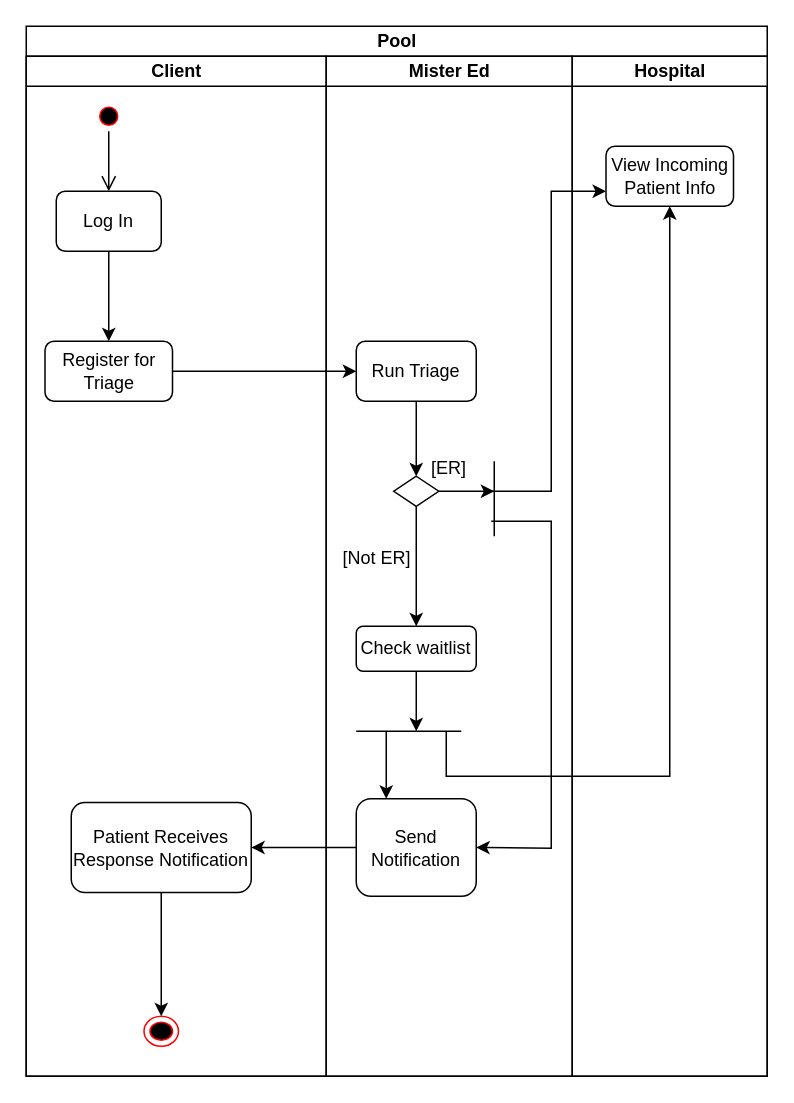
Earlier version of the draw.io diagram JustinWork/swimlane.drawio (SENG-350-2024-fall/Team9). Source tidied: cells renumbered, new cells numbered last; positions are measured from the earlier drawing's top-left corner, leaving out a move shared by most shapes. Both pictures are drawn from the tidied source at 150%, with x=0, y=0 at pixel (26, 26).
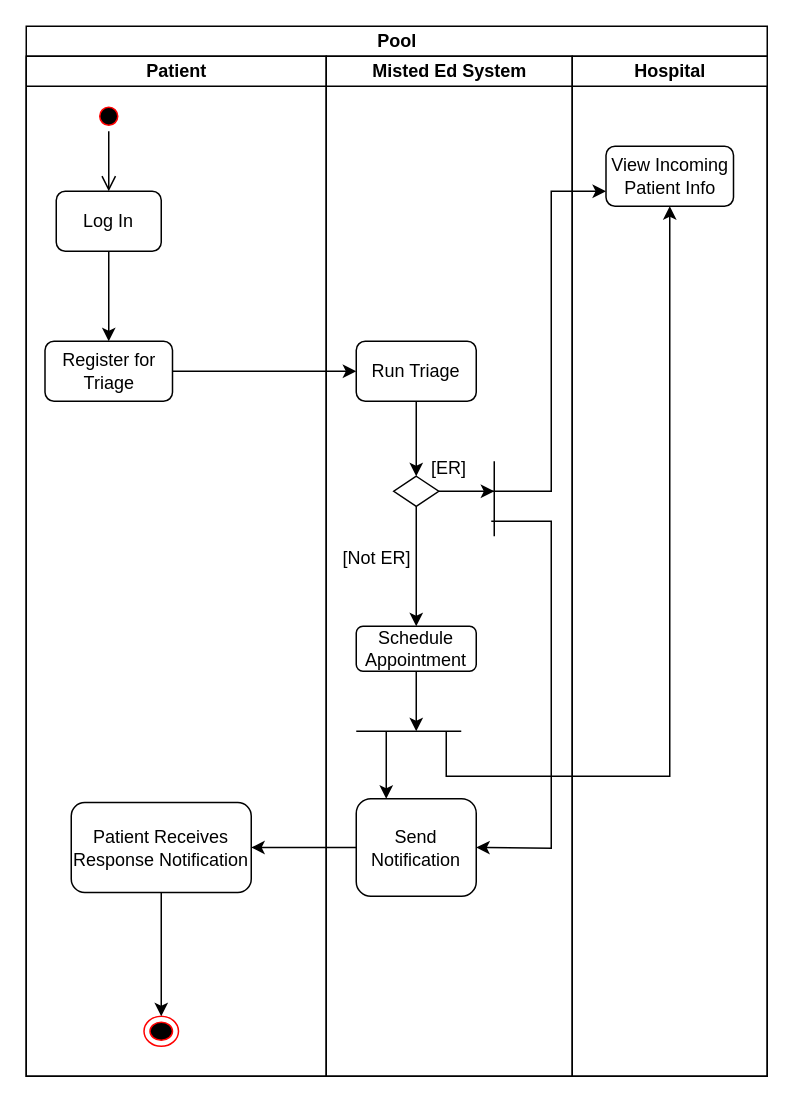
Above is the later version.

The change refers to these unchanged cells:
```xml
<mxCell id="2" value="Pool" style="swimlane;startSize=20;html=1;" parent="1" vertex="1">
  <mxGeometry width="494" height="700" as="geometry" />
</mxCell>
```

The edit, as a diff of the source:
```diff
@@
-    <mxCell id="3" value="Client" style="swimlane;startSize=20;html=1;" parent="2" vertex="1">
+    <mxCell id="3" value="Patient" style="swimlane;startSize=20;html=1;" parent="2" vertex="1">
       <mxGeometry y="20" width="200" height="680" as="geometry" />
     </mxCell>
@@
-    <mxCell id="12" value="Mister Ed" style="swimlane;startSize=20;html=1;" parent="2" vertex="1">
+    <mxCell id="12" value="Misted Ed System" style="swimlane;startSize=20;html=1;" parent="2" vertex="1">
       <mxGeometry x="200" y="20" width="164" height="680" as="geometry" />
     </mxCell>
@@
-    <mxCell id="15" value="Check waitlist" style="rounded=1;whiteSpace=wrap;html=1;" parent="12" vertex="1">
+    <mxCell id="15" value="Schedule Appointment" style="rounded=1;whiteSpace=wrap;html=1;" parent="12" vertex="1">
       <mxGeometry x="20" y="380" width="80" height="30" as="geometry" />
     </mxCell>
```
